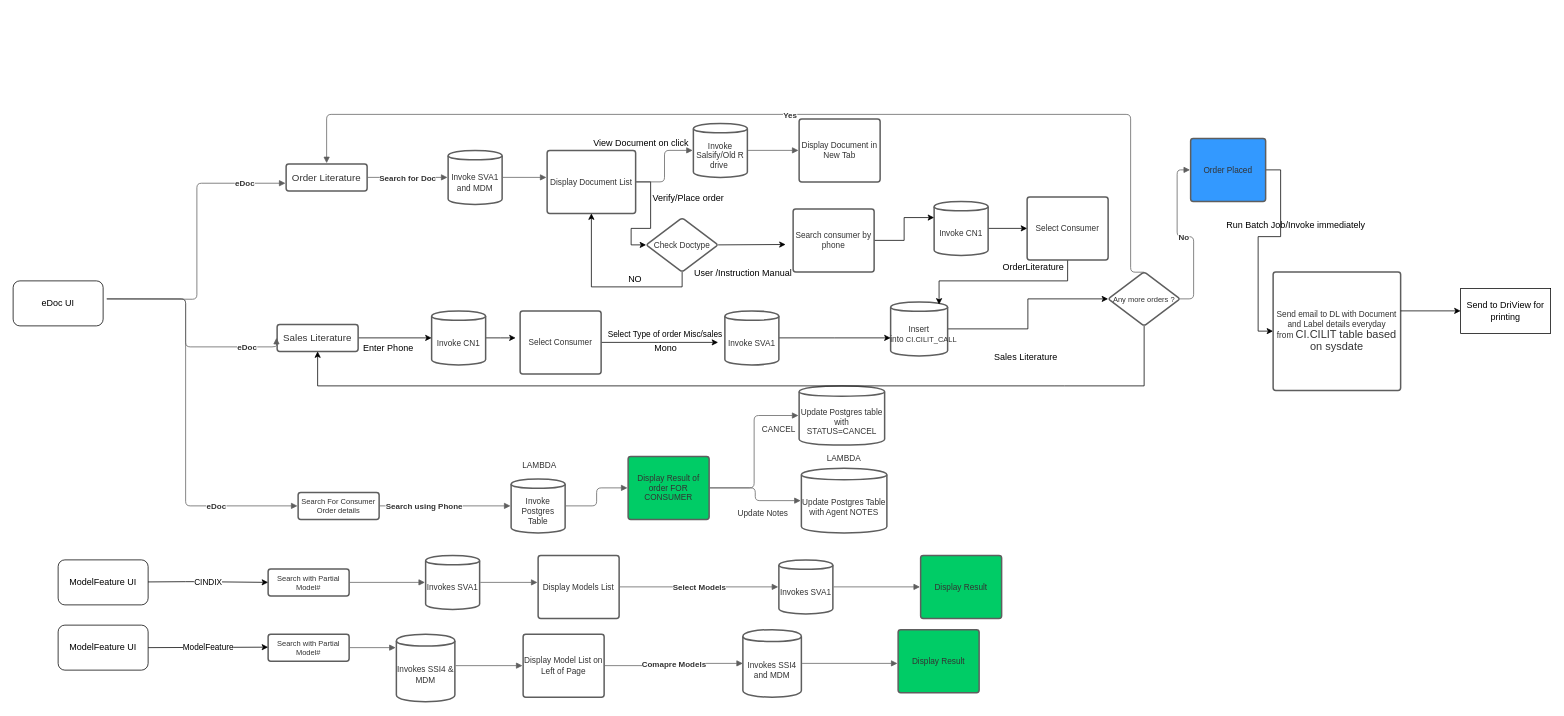
Above: AS-IS.drawio in MadhuriRao93/ivr-hdob (draw.io), before the change. Source tidied: cells renumbered, new cells numbered last; positions are measured from the earlier drawing's top-left corner, leaving out a move shared by most shapes. Both pictures are drawn from the tidied source at 75%, with x=0, y=0 at pixel (13, 114).
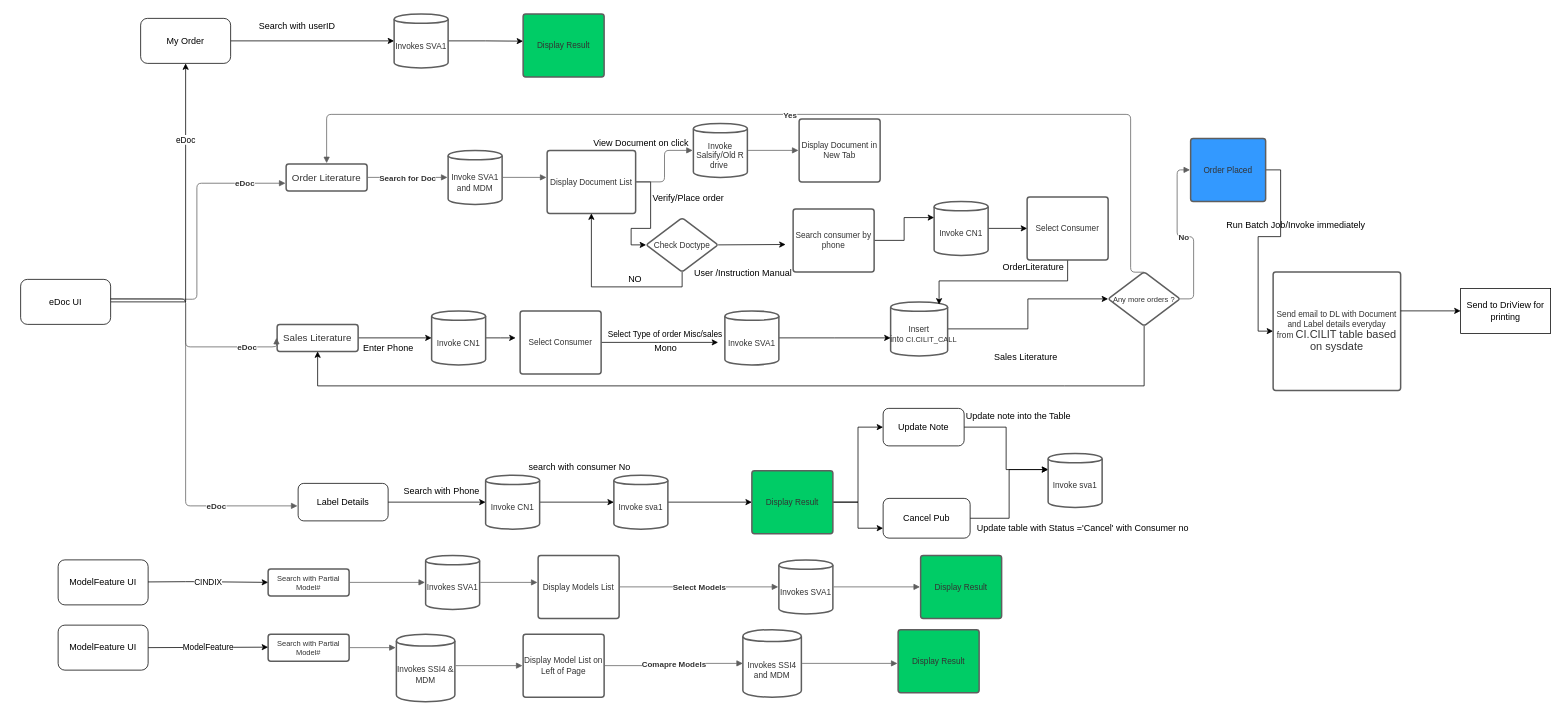
The same diagram, later.

Diff of the diagram source:
```diff
@@
-    <mxCell id="2" value="Update Notes" style="html=1;overflow=block;whiteSpace=wrap;strokeColor=none;fillColor=none;whiteSpace=wrap;fontSize=11;fontColor=#333333;spacing=0;strokeOpacity=100;rounded=1;absoluteArcSize=1;arcSize=7;strokeWidth=2;" parent="1" vertex="1">
-      <mxGeometry x="928" y="514" width="144" height="36" as="geometry" />
-    </mxCell>
@@
-    <mxCell id="6" value="Search For Consumer Order details" style="html=1;overflow=block;whiteSpace=wrap;whiteSpace=wrap;fontSize=10;fontColor=#333333;spacing=0;strokeColor=#5e5e5e;strokeOpacity=100;rounded=1;absoluteArcSize=1;arcSize=7;strokeWidth=2;" parent="1" vertex="1">
-      <mxGeometry x="380" y="504" width="108" height="36" as="geometry" />
-    </mxCell>
@@
-    <mxCell id="11" style="html=1;jettySize=18;whiteSpace=wrap;fontSize=11;strokeColor=#5E5E5E;rounded=1;arcSize=12;edgeStyle=orthogonalEdgeStyle;startArrow=none;endArrow=block;endFill=1;exitX=1.007;exitY=0.5;exitPerimeter=0;entryX=-0.008;entryY=0.5;entryPerimeter=0;" parent="1" edge="1" target="6">
+    <mxCell id="11" style="html=1;jettySize=18;whiteSpace=wrap;fontSize=11;strokeColor=#5E5E5E;rounded=1;arcSize=12;edgeStyle=orthogonalEdgeStyle;startArrow=none;endArrow=block;endFill=1;exitX=1.007;exitY=0.5;exitPerimeter=0;entryX=-0.008;entryY=0.5;entryPerimeter=0;" parent="1" edge="1">
       <mxGeometry relative="1" as="geometry">
         <mxPoint x="124.9" y="246" as="sourcePoint" />
+        <mxPoint x="379.1" y="522" as="targetPoint" />
         <Array as="points">
           <mxPoint x="230" y="246" />
           <mxPoint x="230" y="522" />
         </Array>
       </mxGeometry>
     </mxCell>
@@
-    <mxCell id="16" value="LAMBDA" style="html=1;overflow=block;whiteSpace=wrap;strokeColor=none;fillColor=none;whiteSpace=wrap;fontSize=11;fontColor=#333333;spacing=0;strokeOpacity=100;rounded=1;absoluteArcSize=1;arcSize=7;strokeWidth=2;" parent="1" vertex="1">
-      <mxGeometry x="630" y="450" width="144" height="36" as="geometry" />
-    </mxCell>
@@
-    <mxCell id="26" style="html=1;jettySize=18;whiteSpace=wrap;fontSize=11;strokeColor=#5E5E5E;rounded=1;arcSize=12;edgeStyle=orthogonalEdgeStyle;startArrow=none;endArrow=block;endFill=1;exitX=1.008;exitY=0.5;exitPerimeter=0;entryX=-0.012;entryY=0.5;entryPerimeter=0;" parent="1" edge="1" source="6" target="34">
-      <mxGeometry relative="1" as="geometry" />
-    </mxCell>
-    <mxCell id="27" value="Search using Phone" style="text;html=1;labelBackgroundColor=#ffffff;align=center;verticalAlign=middle;fontStyle=1;fontColor=#333333;fontSize=10.666666666666666;" parent="26" vertex="1">
-      <mxGeometry x="-0.32" relative="1" as="geometry" />
-    </mxCell>
-    <mxCell id="28" style="html=1;jettySize=18;whiteSpace=wrap;fontSize=11;strokeColor=#5E5E5E;rounded=1;arcSize=12;edgeStyle=orthogonalEdgeStyle;startArrow=none;endArrow=block;endFill=1;exitX=1.013;exitY=0.5;exitPerimeter=0;entryX=-0.008;entryY=0.5;entryPerimeter=0;" parent="1" edge="1" source="34" target="29">
-      <mxGeometry relative="1" as="geometry" />
-    </mxCell>
-    <mxCell id="29" value="Display Result of order FOR CONSUMER" style="html=1;overflow=block;whiteSpace=wrap;whiteSpace=wrap;fontSize=11;fontColor=#333333;spacing=0;strokeColor=#5E5E5E;rounded=1;absoluteArcSize=1;arcSize=7;strokeWidth=2;fillColor=#00CC66;" parent="1" vertex="1">
-      <mxGeometry x="820" y="456" width="108" height="84" as="geometry" />
-    </mxCell>
-    <mxCell id="30" style="html=1;jettySize=18;whiteSpace=wrap;fontSize=11;strokeColor=#5E5E5E;rounded=1;arcSize=12;edgeStyle=orthogonalEdgeStyle;startArrow=none;endArrow=block;endFill=1;exitX=1.008;exitY=0.5;exitPerimeter=0;entryX=-0.008;entryY=0.5;entryPerimeter=0;" parent="1" edge="1" source="29" target="43">
-      <mxGeometry relative="1" as="geometry" />
-    </mxCell>
-    <mxCell id="31" style="html=1;jettySize=18;whiteSpace=wrap;fontSize=11;strokeColor=#5E5E5E;rounded=1;arcSize=12;edgeStyle=orthogonalEdgeStyle;startArrow=none;endArrow=block;endFill=1;exitX=1.008;exitY=0.5;exitPerimeter=0;entryX=-0.008;entryY=0.5;entryPerimeter=0;" parent="1" edge="1" source="29" target="44">
-      <mxGeometry relative="1" as="geometry" />
-    </mxCell>
-    <mxCell id="32" value="CANCEL " style="html=1;overflow=block;whiteSpace=wrap;strokeColor=none;fillColor=none;whiteSpace=wrap;fontSize=11;fontColor=#333333;spacing=0;strokeOpacity=100;rounded=1;absoluteArcSize=1;arcSize=7;strokeWidth=2;" parent="1" vertex="1">
-      <mxGeometry x="949" y="402" width="144" height="36" as="geometry" />
-    </mxCell>
@@
-    <mxCell id="34" value="Invoke Postgres Table" style="html=1;overflow=block;whiteSpace=wrap;shape=cylinder;size=0.1;anchorPointDirection=0;boundedLbl=1;whiteSpace=wrap;fontSize=11;fontColor=#333333;spacing=3;strokeColor=#5e5e5e;strokeOpacity=100;rounded=1;absoluteArcSize=1;arcSize=7;strokeWidth=2;" parent="1" vertex="1">
-      <mxGeometry x="664" y="486" width="72" height="72" as="geometry" />
-    </mxCell>
@@
-    <mxCell id="38" value="LAMBDA" style="html=1;overflow=block;whiteSpace=wrap;strokeColor=none;fillColor=none;whiteSpace=wrap;fontSize=11;fontColor=#333333;spacing=0;strokeOpacity=100;rounded=1;absoluteArcSize=1;arcSize=7;strokeWidth=2;" parent="1" vertex="1">
-      <mxGeometry x="1036" y="441" width="144" height="36" as="geometry" />
-    </mxCell>
@@
-    <mxCell id="43" value="Update Postgres table with STATUS=CANCEL" style="html=1;overflow=block;whiteSpace=wrap;shape=cylinder;size=0.1;anchorPointDirection=0;boundedLbl=1;whiteSpace=wrap;fontSize=11;fontColor=#333333;spacing=3;strokeColor=#5e5e5e;strokeOpacity=100;rounded=1;absoluteArcSize=1;arcSize=7;strokeWidth=2;" parent="1" vertex="1">
-      <mxGeometry x="1048" y="362" width="114" height="79" as="geometry" />
-    </mxCell>
-    <mxCell id="44" value="Update Postgres Table with Agent NOTES" style="html=1;overflow=block;whiteSpace=wrap;shape=cylinder;size=0.1;anchorPointDirection=0;boundedLbl=1;whiteSpace=wrap;fontSize=11;fontColor=#333333;spacing=3;strokeColor=#5e5e5e;strokeOpacity=100;rounded=1;absoluteArcSize=1;arcSize=7;strokeWidth=2;" parent="1" vertex="1">
-      <mxGeometry x="1051" y="472" width="114" height="86" as="geometry" />
-    </mxCell>
@@
+    <mxCell id="99" style="edgeStyle=orthogonalEdgeStyle;rounded=0;jettySize=auto;html=1;exitX=1;exitY=0.5;exitDx=0;exitDy=0;" parent="1" edge="1" source="96" target="120">
+      <mxGeometry relative="1" as="geometry" />
+    </mxCell>
+    <mxCell id="100" value="eDoc" style="edgeLabel;html=1;align=center;verticalAlign=middle;" parent="99" vertex="1">
+      <mxGeometry x="0.52" y="1" relative="1" as="geometry">
+        <mxPoint y="1" as="offset" />
+      </mxGeometry>
+    </mxCell>
     <mxCell id="96" value="eDoc UI" style="rounded=1;whiteSpace=wrap;html=1;" parent="1" vertex="1">
-      <mxGeometry y="222" width="120" height="60" as="geometry" />
+      <mxGeometry x="10" y="220" width="120" height="60" as="geometry" />
     </mxCell>
@@
+    <mxCell id="101" style="edgeStyle=orthogonalEdgeStyle;rounded=0;jettySize=auto;html=1;exitX=1;exitY=0.5;exitDx=0;exitDy=0;entryX=0;entryY=0.5;entryDx=0;entryDy=0;" parent="1" edge="1" source="102" target="104">
+      <mxGeometry relative="1" as="geometry" />
+    </mxCell>
+    <mxCell id="102" value="Label Details" style="rounded=1;whiteSpace=wrap;html=1;" parent="1" vertex="1">
+      <mxGeometry x="380" y="492" width="120" height="50" as="geometry" />
+    </mxCell>
+    <mxCell id="103" style="edgeStyle=orthogonalEdgeStyle;rounded=0;jettySize=auto;html=1;exitX=1;exitY=0.5;exitDx=0;exitDy=0;entryX=0;entryY=0.5;entryDx=0;entryDy=0;" parent="1" edge="1" source="104" target="107">
+      <mxGeometry relative="1" as="geometry" />
+    </mxCell>
+    <mxCell id="104" value="Invoke CN1" style="html=1;overflow=block;whiteSpace=wrap;shape=cylinder;size=0.1;anchorPointDirection=0;boundedLbl=1;whiteSpace=wrap;fontSize=11;fontColor=#333333;spacing=3;strokeColor=#5e5e5e;strokeOpacity=100;rounded=1;absoluteArcSize=1;arcSize=7;strokeWidth=2;" parent="1" vertex="1">
+      <mxGeometry x="630" y="481" width="72" height="72" as="geometry" />
+    </mxCell>
+    <mxCell id="105" value="Search with Phone" style="text;html=1;align=center;verticalAlign=middle;" parent="1" vertex="1">
+      <mxGeometry x="511" y="492" width="120" height="20" as="geometry" />
+    </mxCell>
+    <mxCell id="106" style="edgeStyle=orthogonalEdgeStyle;rounded=0;jettySize=auto;html=1;exitX=1;exitY=0.5;exitDx=0;exitDy=0;entryX=0;entryY=0.5;entryDx=0;entryDy=0;" parent="1" edge="1" source="107" target="111">
+      <mxGeometry relative="1" as="geometry" />
+    </mxCell>
+    <mxCell id="107" value="Invoke sva1" style="html=1;overflow=block;whiteSpace=wrap;shape=cylinder;size=0.1;anchorPointDirection=0;boundedLbl=1;whiteSpace=wrap;fontSize=11;fontColor=#333333;spacing=3;strokeColor=#5e5e5e;strokeOpacity=100;rounded=1;absoluteArcSize=1;arcSize=7;strokeWidth=2;" parent="1" vertex="1">
+      <mxGeometry x="801" y="481" width="72" height="72" as="geometry" />
+    </mxCell>
+    <mxCell id="108" value="search with consumer No" style="text;html=1;align=center;verticalAlign=middle;" parent="1" vertex="1">
+      <mxGeometry x="680" y="461" width="150" height="20" as="geometry" />
+    </mxCell>
+    <mxCell id="109" style="edgeStyle=orthogonalEdgeStyle;rounded=0;jettySize=auto;html=1;exitX=1;exitY=0.5;exitDx=0;exitDy=0;entryX=0;entryY=0.5;entryDx=0;entryDy=0;" parent="1" edge="1" source="111" target="113">
+      <mxGeometry relative="1" as="geometry" />
+    </mxCell>
+    <mxCell id="110" style="edgeStyle=orthogonalEdgeStyle;rounded=0;jettySize=auto;html=1;exitX=1;exitY=0.5;exitDx=0;exitDy=0;entryX=0;entryY=0.75;entryDx=0;entryDy=0;" parent="1" edge="1" source="111" target="115">
+      <mxGeometry relative="1" as="geometry" />
+    </mxCell>
+    <mxCell id="111" value="Display Result" style="html=1;overflow=block;whiteSpace=wrap;whiteSpace=wrap;fontSize=11;fontColor=#333333;spacing=0;strokeColor=#5e5e5e;strokeOpacity=100;rounded=1;absoluteArcSize=1;arcSize=7;strokeWidth=2;fillColor=#00CC66;" parent="1" vertex="1">
+      <mxGeometry x="985" y="475" width="108" height="84" as="geometry" />
+    </mxCell>
+    <mxCell id="112" style="edgeStyle=orthogonalEdgeStyle;rounded=0;jettySize=auto;html=1;exitX=1;exitY=0.5;exitDx=0;exitDy=0;entryX=0;entryY=0.3;entryDx=0;entryDy=0;" parent="1" edge="1" source="113" target="116">
+      <mxGeometry relative="1" as="geometry" />
+    </mxCell>
+    <mxCell id="113" value="Update Note" style="rounded=1;whiteSpace=wrap;html=1;" parent="1" vertex="1">
+      <mxGeometry x="1160" y="392" width="108" height="50" as="geometry" />
+    </mxCell>
+    <mxCell id="114" style="edgeStyle=orthogonalEdgeStyle;rounded=0;jettySize=auto;html=1;exitX=1;exitY=0.5;exitDx=0;exitDy=0;entryX=0;entryY=0.3;entryDx=0;entryDy=0;" parent="1" edge="1" source="115" target="116">
+      <mxGeometry relative="1" as="geometry" />
+    </mxCell>
+    <mxCell id="115" value="Cancel Pub" style="rounded=1;whiteSpace=wrap;html=1;" parent="1" vertex="1">
+      <mxGeometry x="1160" y="512" width="116" height="53" as="geometry" />
+    </mxCell>
+    <mxCell id="116" value="Invoke sva1" style="html=1;overflow=block;whiteSpace=wrap;shape=cylinder;size=0.1;anchorPointDirection=0;boundedLbl=1;whiteSpace=wrap;fontSize=11;fontColor=#333333;spacing=3;strokeColor=#5e5e5e;strokeOpacity=100;rounded=1;absoluteArcSize=1;arcSize=7;strokeWidth=2;" parent="1" vertex="1">
+      <mxGeometry x="1380" y="452" width="72" height="72" as="geometry" />
+    </mxCell>
+    <mxCell id="117" value="Update note into the Table" style="text;html=1;align=center;verticalAlign=middle;" parent="1" vertex="1">
+      <mxGeometry x="1260" y="392" width="160" height="20" as="geometry" />
+    </mxCell>
+    <mxCell id="118" value="Update table with Status ='Cancel' with Consumer no" style="text;html=1;align=center;verticalAlign=middle;" parent="1" vertex="1">
+      <mxGeometry x="1276" y="542" width="300" height="20" as="geometry" />
+    </mxCell>
+    <mxCell id="119" style="edgeStyle=orthogonalEdgeStyle;rounded=0;jettySize=auto;html=1;exitX=1;exitY=0.5;exitDx=0;exitDy=0;entryX=0;entryY=0.5;entryDx=0;entryDy=0;" parent="1" edge="1" source="120" target="122">
+      <mxGeometry relative="1" as="geometry" />
+    </mxCell>
+    <mxCell id="120" value="My Order" style="rounded=1;whiteSpace=wrap;html=1;" parent="1" vertex="1">
+      <mxGeometry x="170" y="-128" width="120" height="60" as="geometry" />
+    </mxCell>
+    <mxCell id="121" style="edgeStyle=orthogonalEdgeStyle;rounded=0;jettySize=auto;html=1;exitX=1;exitY=0.5;exitDx=0;exitDy=0;" parent="1" edge="1" source="122">
+      <mxGeometry relative="1" as="geometry">
+        <mxPoint x="680" y="-97.6" as="targetPoint" />
+      </mxGeometry>
+    </mxCell>
+    <mxCell id="122" value="Invokes SVA1" style="html=1;overflow=block;whiteSpace=wrap;shape=cylinder;size=0.1;anchorPointDirection=0;boundedLbl=1;whiteSpace=wrap;fontSize=11;fontColor=#333333;spacing=3;strokeColor=#5e5e5e;strokeOpacity=100;rounded=1;absoluteArcSize=1;arcSize=7;strokeWidth=2;" parent="1" vertex="1">
+      <mxGeometry x="508" y="-134" width="72" height="72" as="geometry" />
+    </mxCell>
+    <mxCell id="123" value="Search with userID&amp;nbsp;" style="text;html=1;align=center;verticalAlign=middle;" parent="1" vertex="1">
+      <mxGeometry x="320" y="-128" width="120" height="20" as="geometry" />
+    </mxCell>
+    <mxCell id="124" value="Display Result" style="html=1;overflow=block;whiteSpace=wrap;whiteSpace=wrap;fontSize=11;fontColor=#333333;spacing=0;strokeColor=#5e5e5e;strokeOpacity=100;rounded=1;absoluteArcSize=1;arcSize=7;strokeWidth=2;fillColor=#00CC66;" parent="1" vertex="1">
+      <mxGeometry x="680" y="-134" width="108" height="84" as="geometry" />
+    </mxCell>
```
